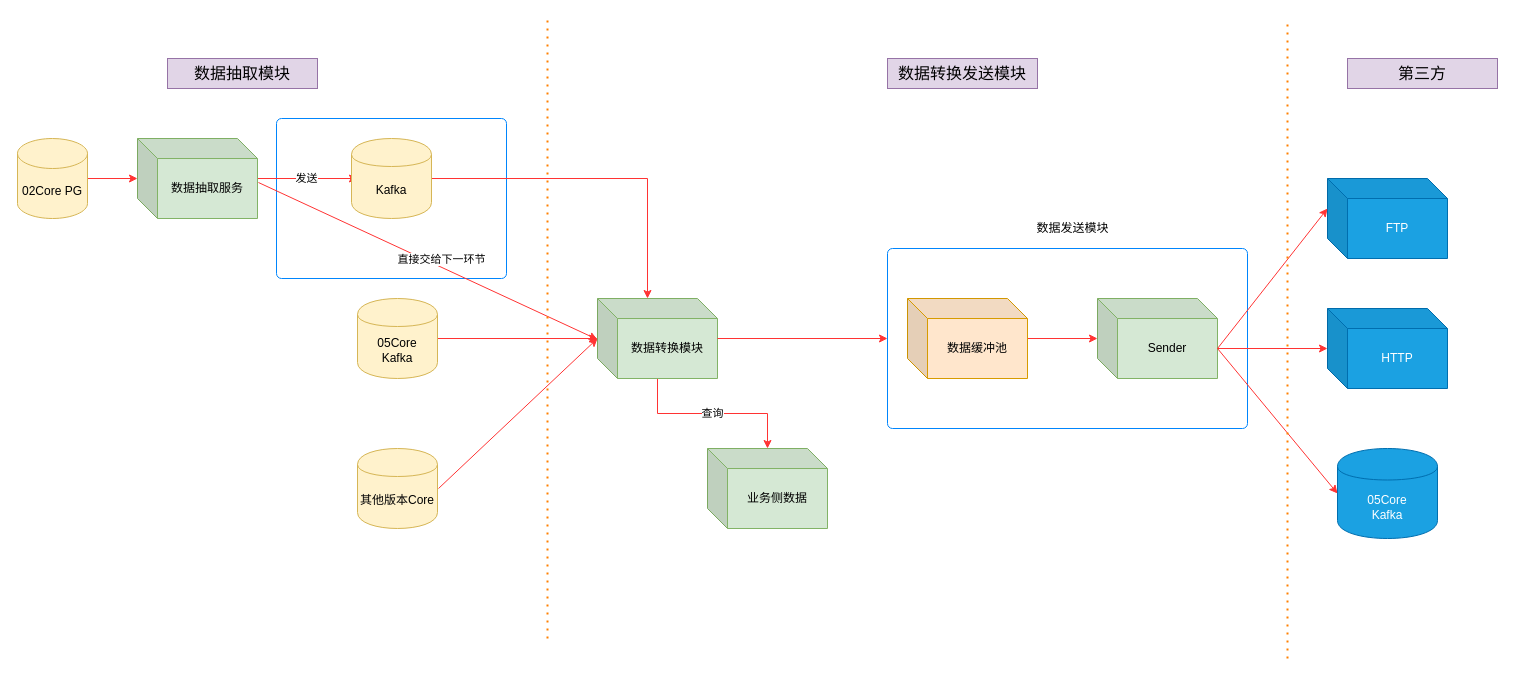
Earlier version of the draw.io diagram diagrams/档案分发组件整体架构图.drawio (cenxi/utils). Source tidied: cells renumbered, new cells numbered last; positions are measured from the earlier drawing's top-left corner, leaving out a move shared by most shapes. Both pictures are drawn from the tidied source at 100%, with x=0, y=0 at pixel (17, 18).
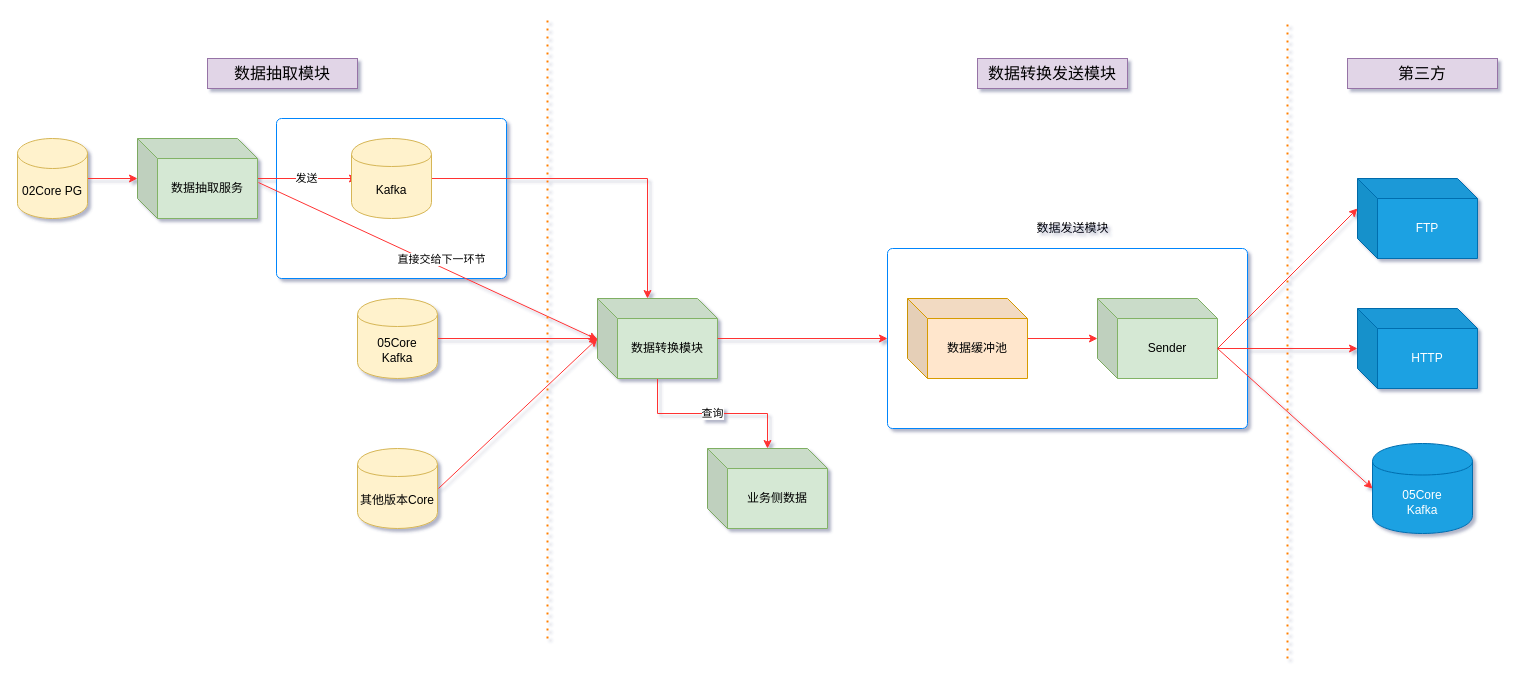
After the change.

Commit message (it also covers changes not shown here):
更新档案分发组件整体架构图.drawio

Diff of the diagram source:
```diff
@@
-<mxGraphModel>
+<mxGraphModel shadow="1">
@@
     <mxCell id="20" value="FTP" style="shape=cube;whiteSpace=wrap;html=1;boundedLbl=1;backgroundOutline=1;darkOpacity=0.05;darkOpacity2=0.1;fillColor=#1ba1e2;strokeColor=#006EAF;fontColor=#ffffff;" parent="1" vertex="1">
-      <mxGeometry x="1310" y="160" width="120" height="80" as="geometry" />
+      <mxGeometry x="1340" y="160" width="120" height="80" as="geometry" />
     </mxCell>
     <mxCell id="21" value="HTTP" style="shape=cube;whiteSpace=wrap;html=1;boundedLbl=1;backgroundOutline=1;darkOpacity=0.05;darkOpacity2=0.1;fillColor=#1ba1e2;strokeColor=#006EAF;fontColor=#ffffff;" parent="1" vertex="1">
-      <mxGeometry x="1310" y="290" width="120" height="80" as="geometry" />
+      <mxGeometry x="1340" y="290" width="120" height="80" as="geometry" />
     </mxCell>
     <mxCell id="22" value="05Core&lt;br&gt;Kafka" style="shape=cylinder;whiteSpace=wrap;html=1;boundedLbl=1;backgroundOutline=1;fillColor=#1ba1e2;strokeColor=#006EAF;fontColor=#ffffff;" parent="1" vertex="1">
-      <mxGeometry x="1320" y="430" width="100" height="90" as="geometry" />
+      <mxGeometry x="1355" y="425" width="100" height="90" as="geometry" />
     </mxCell>
@@
     <mxCell id="27" value="&lt;font style=&quot;font-size: 16px&quot;&gt;数据抽取模块&lt;/font&gt;" style="text;html=1;strokeColor=#9673a6;fillColor=#e1d5e7;align=center;verticalAlign=middle;whiteSpace=wrap;rounded=0;" parent="1" vertex="1">
-      <mxGeometry x="150" y="40" width="150" height="30" as="geometry" />
+      <mxGeometry x="190" y="40" width="150" height="30" as="geometry" />
     </mxCell>
@@
     <mxCell id="33" value="&lt;font style=&quot;font-size: 16px&quot;&gt;数据转换发送模块&lt;/font&gt;" style="text;html=1;strokeColor=#9673a6;fillColor=#e1d5e7;align=center;verticalAlign=middle;whiteSpace=wrap;rounded=0;" parent="1" vertex="1">
-      <mxGeometry x="870" y="40" width="150" height="30" as="geometry" />
+      <mxGeometry x="960" y="40" width="150" height="30" as="geometry" />
     </mxCell>
```
